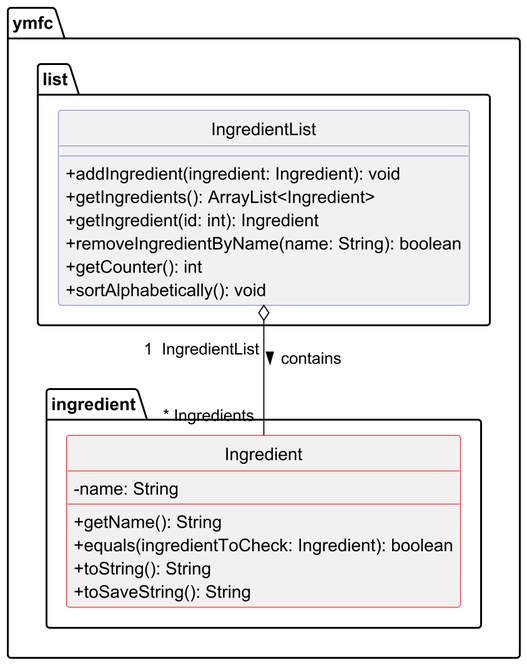
nus-cs2113-AY2425S1/tp keeps this PlantUML diagram as docs/img/ClassDiagrams/ingredientsClassDiagram.png. Above is the earlier version. Its source is kept beside it as docs/puml/ClassDiagrams/ingredientsClassDiagram.puml.
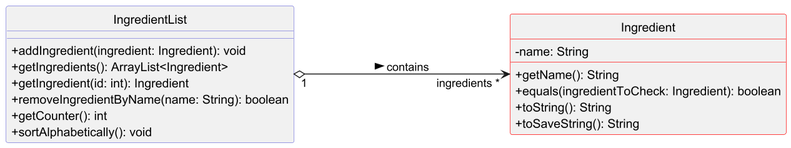
After the commit.

Commit message:
Re-order ingredientsClassDiagram

The edit, as a diff of the source:
```diff
@@ -2,34 +2,30 @@
 !include Style.puml
 
 skinparam classAttributeIconSize 0
+left to right direction
 
-package "ymfc.ingredient" {
 
-    class Ingredient #COLOR_RED{
-        - name: String
-        __
-        + getName(): String
-        + equals(ingredientToCheck: Ingredient): boolean
-        + toString(): String
-        + toSaveString(): String
-    }
-    hide Ingredient circle
+class Ingredient #COLOR_RED{
+    - name: String
+    __
+    + getName(): String
+    + equals(ingredientToCheck: Ingredient): boolean
+    + toString(): String
+    + toSaveString(): String
 }
+hide Ingredient circle
 
-package "ymfc.list" {
+class IngredientList #COLOR_PURPLE_BLUE{
+    __
+    + addIngredient(ingredient: Ingredient): void
+    + getIngredients(): ArrayList<Ingredient>
+    + getIngredient(id: int): Ingredient
+    + removeIngredientByName(name: String): boolean
+    + getCounter(): int
+    + sortAlphabetically(): void
+}
+hide IngredientList circle
 
-    class IngredientList #COLOR_PURPLE_BLUE{
-            __
-            + addIngredient(ingredient: Ingredient): void
-            + getIngredients(): ArrayList<Ingredient>
-            + getIngredient(id: int): Ingredient
-            + removeIngredientByName(name: String): boolean
-            + getCounter(): int
-            + sortAlphabetically(): void
-    }
-    hide IngredientList circle
-}
-
-IngredientList "\n1  IngredientList"  o--down " * Ingredients " Ingredient : contains >
+IngredientList "1 " o----> "ingredients * " Ingredient: contains >
 
 @enduml
```
